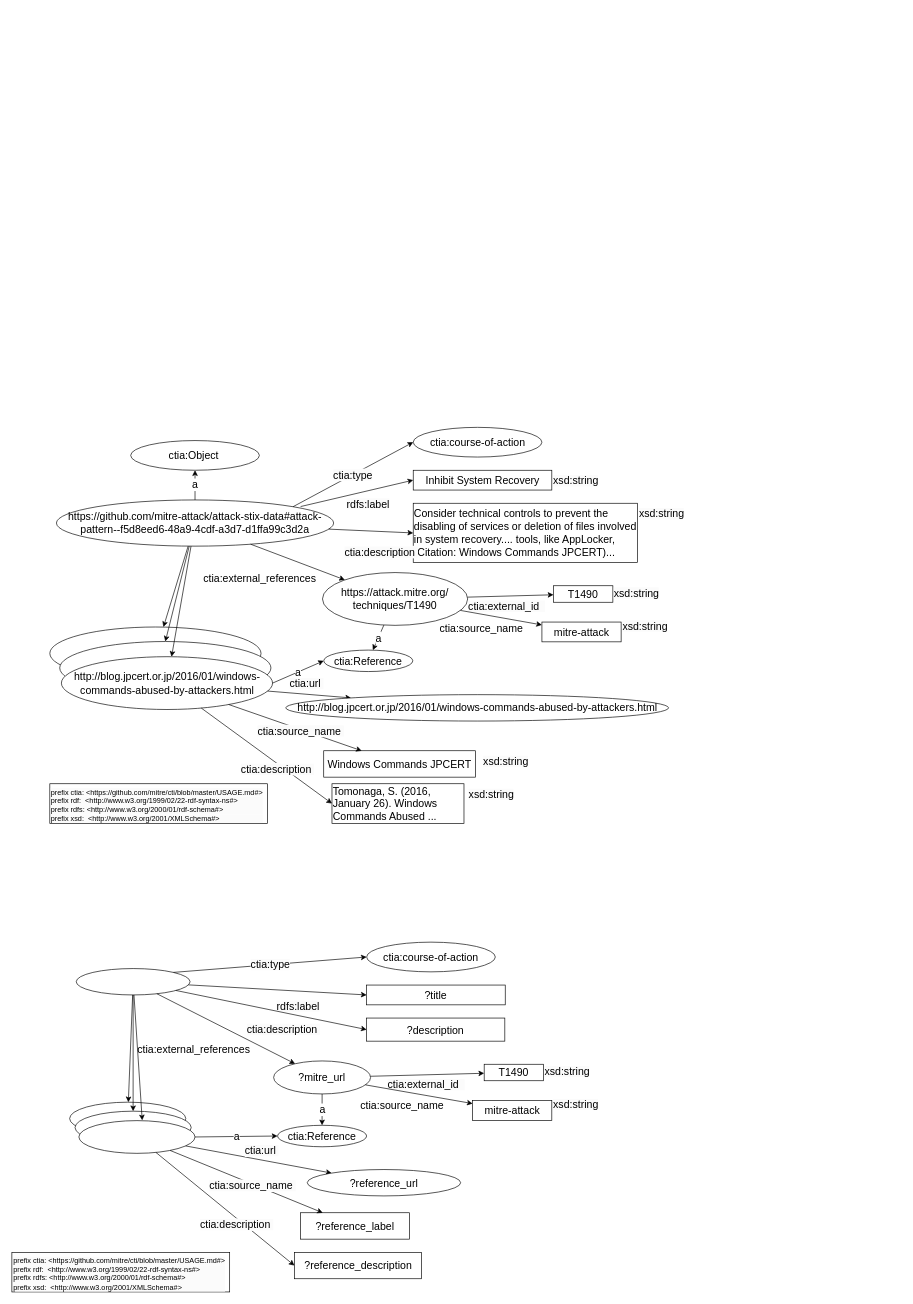
Earlier version of the draw.io diagram docs/build/tutorial-how-to-link-ids-to-osint/lift-data-from-STIX-2.1-data-of-mitre-attack/RDF_model_and_pattern.drawio (eccenca/documentation.eccenca.com). Source tidied: cells renumbered, new cells numbered last; positions are measured from the earlier drawing's top-left corner, leaving out a move shared by most shapes. Both pictures are drawn from the tidied source at 66%, with x=0, y=0 at pixel (12, 427).
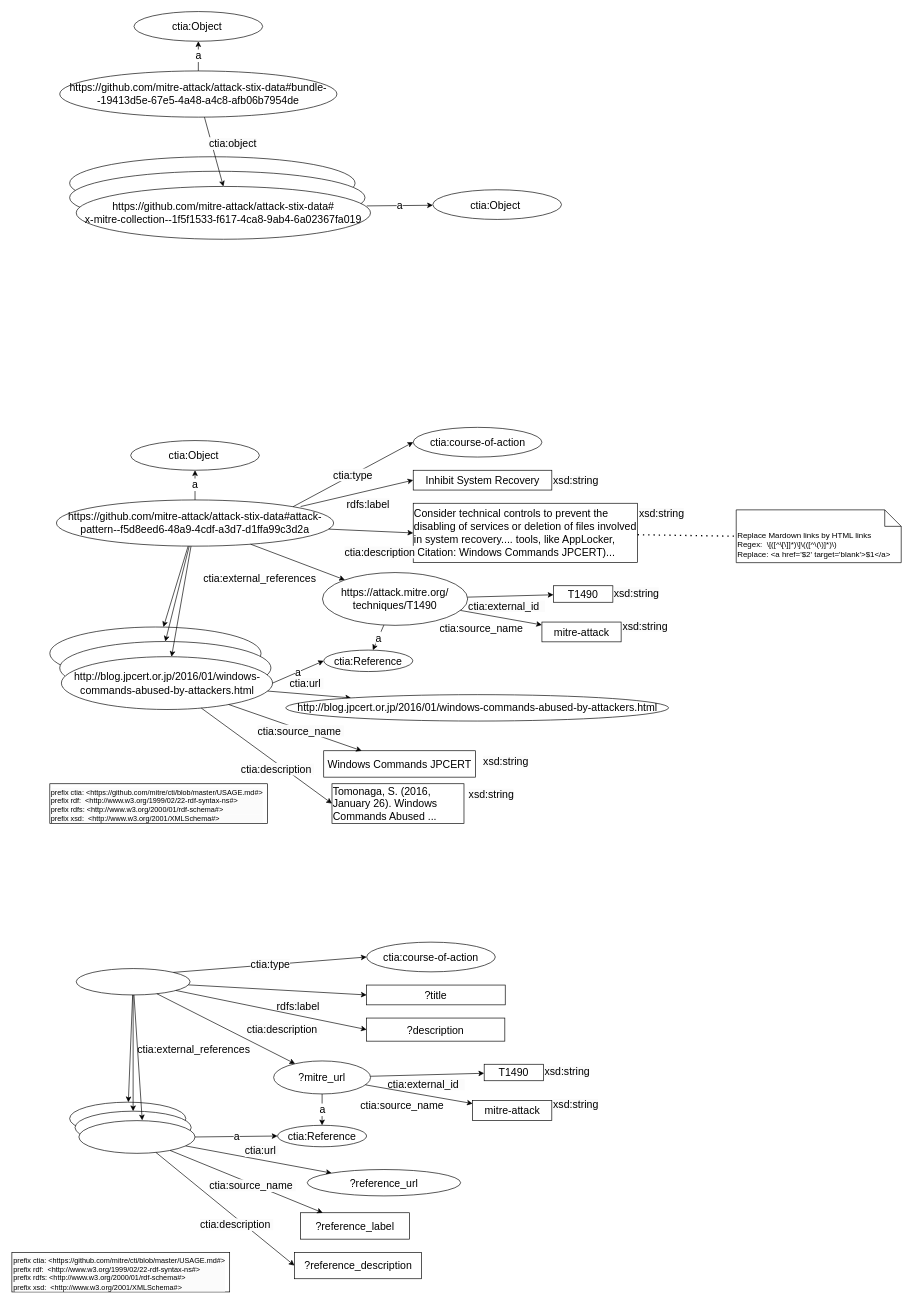
After the change.

Unchanged cells that the change refers to:
```xml
<mxCell id="14" value="&lt;div style=&quot;text-align: left;&quot;&gt;&lt;span style=&quot;background-color: initial;&quot;&gt;Consider technical controls to prevent the disabling of services or deletion of files involved in system recovery.... tools, like AppLocker,(Citation: Windows Commands JPCERT)...&lt;/span&gt;&lt;/div&gt;" style="rounded=0;whiteSpace=wrap;html=1;fontSize=16;" parent="1" vertex="1">
  <mxGeometry x="607.6" y="115" width="340" height="90" as="geometry" />
</mxCell>
```

Diff of the diagram source:
```diff
@@
+    <mxCell id="85" value="&lt;span style=&quot;&quot;&gt;https://github.com/mitre-attack/attack-stix-data#&lt;/span&gt;bundle--19413d5e-67e5-4a48-a4c8-afb06b7954de" style="ellipse;whiteSpace=wrap;html=1;fontSize=16;align=center;" parent="1" vertex="1">
+      <mxGeometry x="72" y="-540" width="420" height="70" as="geometry" />
+    </mxCell>
+    <mxCell id="86" value="&lt;span style=&quot;text-align: left;&quot;&gt;ctia:Object&amp;nbsp;&lt;/span&gt;" style="ellipse;whiteSpace=wrap;html=1;fontSize=16;" parent="1" vertex="1">
+      <mxGeometry x="184.5" y="-630" width="195" height="45" as="geometry" />
+    </mxCell>
+    <mxCell id="87" value="a" style="endArrow=classic;html=1;rounded=0;fontSize=16;" parent="1" edge="1" source="85" target="86">
+      <mxGeometry relative="1" as="geometry" />
+    </mxCell>
+    <mxCell id="88" value="&lt;div style=&quot;&quot;&gt;&lt;br&gt;&lt;/div&gt;" style="ellipse;whiteSpace=wrap;html=1;fontSize=16;align=center;" parent="1" vertex="1">
+      <mxGeometry x="87" y="-410" width="432.5" height="80" as="geometry" />
+    </mxCell>
+    <mxCell id="89" value="&lt;div style=&quot;&quot;&gt;&lt;br&gt;&lt;/div&gt;" style="ellipse;whiteSpace=wrap;html=1;fontSize=16;align=center;" parent="1" vertex="1">
+      <mxGeometry x="87" y="-388" width="447.5" height="80" as="geometry" />
+    </mxCell>
+    <mxCell id="90" value="https://github.com/mitre-attack/attack-stix-data#&lt;div style=&quot;&quot;&gt;x-mitre-collection--1f5f1533-f617-4ca8-9ab4-6a02367fa019&lt;br&gt;&lt;/div&gt;" style="ellipse;whiteSpace=wrap;html=1;fontSize=16;align=center;" parent="1" vertex="1">
+      <mxGeometry x="97" y="-365" width="445.9" height="80" as="geometry" />
+    </mxCell>
+    <mxCell id="91" value="&lt;span style=&quot;color: rgb(0, 0, 0); font-family: Helvetica; font-size: 16px; font-style: normal; font-variant-ligatures: normal; font-variant-caps: normal; font-weight: 400; letter-spacing: normal; orphans: 2; text-align: left; text-indent: 0px; text-transform: none; widows: 2; word-spacing: 0px; -webkit-text-stroke-width: 0px; background-color: rgb(251, 251, 251); text-decoration-thickness: initial; text-decoration-style: initial; text-decoration-color: initial; float: none; display: inline !important;&quot;&gt;ctia:object&lt;/span&gt;" style="endArrow=classic;html=1;rounded=0;fontSize=16;entryX=0.5;entryY=0;entryDx=0;entryDy=0;" parent="1" edge="1" source="85" target="90">
+      <mxGeometry x="-0.08" y="31" relative="1" as="geometry" />
+    </mxCell>
+    <mxCell id="92" value="&lt;span style=&quot;text-align: left;&quot;&gt;ctia:Object&amp;nbsp;&lt;/span&gt;" style="ellipse;whiteSpace=wrap;html=1;fontSize=16;" parent="1" vertex="1">
+      <mxGeometry x="637.3" y="-360" width="195" height="45" as="geometry" />
+    </mxCell>
+    <mxCell id="93" value="a" style="endArrow=classic;html=1;rounded=0;fontSize=16;" parent="1" edge="1" target="92">
+      <mxGeometry relative="1" as="geometry">
+        <mxPoint x="537.2" y="-335.5" as="sourcePoint" />
+      </mxGeometry>
+    </mxCell>
+    <mxCell id="94" value="Replace Mardown links by HTML links&lt;br&gt;Regex:&amp;nbsp; \[([^\[\]]*)\]\(([^\(\)]*)\)&lt;br&gt;Replace: &amp;lt;a href='$2' target='blank'&amp;gt;$1&amp;lt;/a&amp;gt;" style="shape=note2;boundedLbl=1;whiteSpace=wrap;html=1;size=25;verticalAlign=top;align=left;" parent="1" vertex="1">
+      <mxGeometry x="1097" y="125" width="250" height="80" as="geometry" />
+    </mxCell>
+    <mxCell id="95" style="endArrow=none;dashed=1;html=1;dashPattern=1 3;strokeWidth=2;rounded=0;entryX=0;entryY=0.5;entryDx=0;entryDy=0;entryPerimeter=0;" parent="1" edge="1" source="14" target="94">
+      <mxGeometry relative="1" as="geometry" />
+    </mxCell>
```
